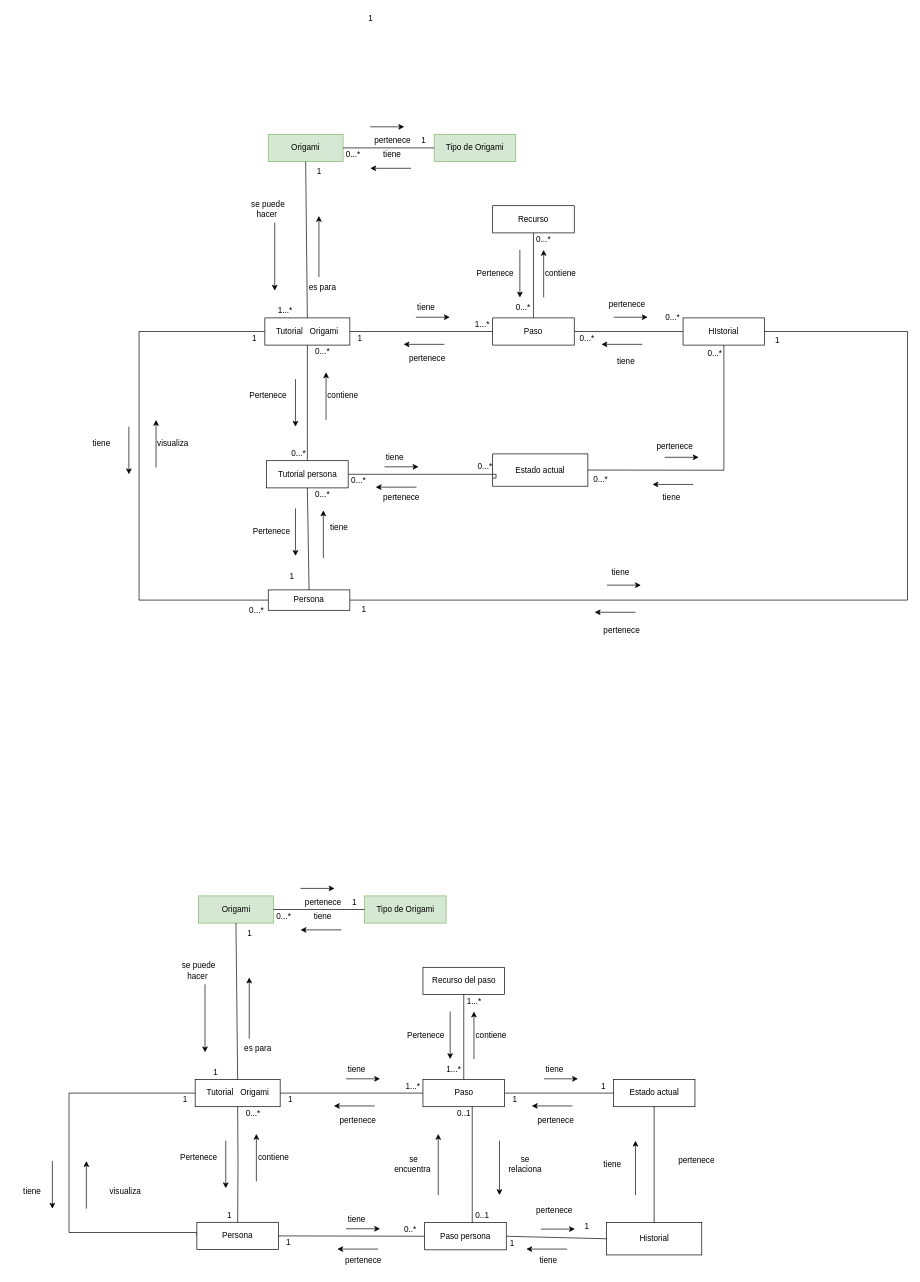
The draw.io diagram ModeloDeDominio3D.drawio in andrescastillo1996/documentacionMundoOrigami, before the edit. Source tidied: cells renumbered, new cells numbered last; positions are measured from the earlier drawing's top-left corner, leaving out a move shared by most shapes. Both pictures are drawn from the tidied source at 68%, with x=0, y=0 at pixel (11, 12).
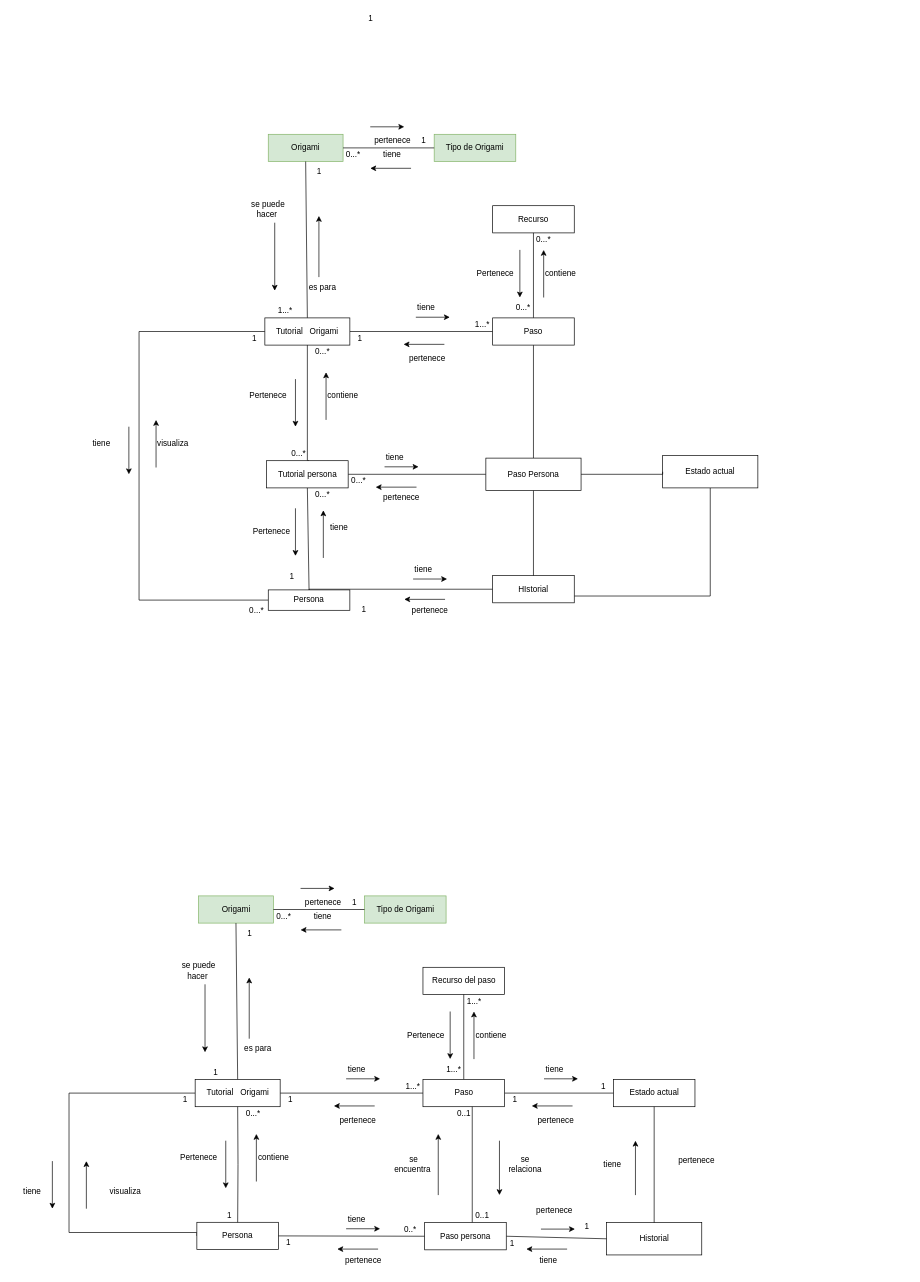
The same page after the edit.

The change refers to these unchanged cells:
```xml
<mxCell id="7" value="Persona" style="rounded=0;whiteSpace=wrap;html=1;" parent="1" vertex="1">
  <mxGeometry x="378" y="850" width="120" height="30" as="geometry" />
</mxCell>
<mxCell id="32" value="Paso" style="rounded=0;whiteSpace=wrap;html=1;" parent="1" vertex="1">
  <mxGeometry x="708" y="450" width="120" height="40" as="geometry" />
</mxCell>
<mxCell id="34" value="Tutorial persona" style="rounded=0;whiteSpace=wrap;html=1;" parent="1" vertex="1">
  <mxGeometry x="375.5" y="660" width="120" height="40" as="geometry" />
</mxCell>
<mxCell id="65" value="0...*" style="text;html=1;strokeColor=none;fillColor=none;align=center;verticalAlign=middle;whiteSpace=wrap;rounded=0;" parent="1" vertex="1">
  <mxGeometry x="408" y="640" width="30" height="20" as="geometry" />
</mxCell>
<mxCell id="71" value="0...*" style="text;html=1;strokeColor=none;fillColor=none;align=center;verticalAlign=middle;whiteSpace=wrap;rounded=0;" parent="1" vertex="1">
  <mxGeometry x="495.5" y="680" width="30" height="20" as="geometry" />
</mxCell>
```

What changed in the source:
```diff
@@
+    <mxCell id="157" style="edgeStyle=orthogonalEdgeStyle;rounded=0;jettySize=auto;html=1;entryX=1;entryY=0.75;entryDx=0;entryDy=0;endArrow=none;endFill=0;" parent="1" edge="1" source="4" target="28">
+      <mxGeometry relative="1" as="geometry">
+        <Array as="points">
+          <mxPoint x="1028" y="859" />
+        </Array>
+      </mxGeometry>
+    </mxCell>
     <mxCell id="4" value="Estado actual" style="rounded=0;whiteSpace=wrap;html=1;" parent="1" vertex="1">
-      <mxGeometry x="708" y="650" width="140" height="47.5" as="geometry" />
+      <mxGeometry x="958" y="652.5" width="140" height="47.5" as="geometry" />
     </mxCell>
@@
+    <mxCell id="164" style="edgeStyle=orthogonalEdgeStyle;rounded=0;jettySize=auto;html=1;entryX=0;entryY=0.5;entryDx=0;entryDy=0;endArrow=none;endFill=0;" parent="1" edge="1" source="7" target="28">
+      <mxGeometry relative="1" as="geometry">
+        <Array as="points">
+          <mxPoint x="438" y="849" />
+        </Array>
+      </mxGeometry>
+    </mxCell>
@@
     <mxCell id="28" value="HIstorial" style="rounded=0;whiteSpace=wrap;html=1;" parent="1" vertex="1">
-      <mxGeometry x="988" y="450" width="120" height="40" as="geometry" />
+      <mxGeometry x="708" y="829" width="120" height="40" as="geometry" />
     </mxCell>
@@
-    <mxCell id="30" style="edgeStyle=orthogonalEdgeStyle;rounded=0;jettySize=auto;html=1;entryX=0;entryY=0.5;entryDx=0;entryDy=0;endArrow=none;endFill=0;" parent="1" edge="1" source="32" target="28">
-      <mxGeometry relative="1" as="geometry" />
-    </mxCell>
@@
+    <mxCell id="171" style="edgeStyle=orthogonalEdgeStyle;rounded=0;jettySize=auto;html=1;endArrow=none;endFill=0;" parent="1" edge="1" source="32" target="176">
+      <mxGeometry relative="1" as="geometry" />
+    </mxCell>
@@
+    <mxCell id="172" style="edgeStyle=orthogonalEdgeStyle;rounded=0;jettySize=auto;html=1;exitX=0.5;exitY=0;exitDx=0;exitDy=0;entryX=1;entryY=1;entryDx=0;entryDy=0;endArrow=none;endFill=0;" parent="1" edge="1" source="34" target="65">
+      <mxGeometry relative="1" as="geometry" />
+    </mxCell>
+    <mxCell id="173" style="edgeStyle=orthogonalEdgeStyle;rounded=0;jettySize=auto;html=1;endArrow=none;endFill=0;" parent="1" edge="1" source="34" target="176">
+      <mxGeometry relative="1" as="geometry" />
+    </mxCell>
@@
-    <mxCell id="53" style="endArrow=classic;html=1;rounded=0;" parent="1" edge="1">
-      <mxGeometry relative="1" as="geometry">
-        <mxPoint x="886" y="449" as="sourcePoint" />
-        <mxPoint x="936" y="449" as="targetPoint" />
-      </mxGeometry>
-    </mxCell>
-    <mxCell id="54" style="endArrow=classic;html=1;rounded=0;" parent="1" edge="1">
-      <mxGeometry relative="1" as="geometry">
-        <mxPoint x="928" y="488.9" as="sourcePoint" />
-        <mxPoint x="868" y="488.9" as="targetPoint" />
-      </mxGeometry>
-    </mxCell>
-    <mxCell id="55" value="tiene&amp;nbsp;" style="text;html=1;strokeColor=none;fillColor=none;align=center;verticalAlign=middle;whiteSpace=wrap;rounded=0;" parent="1" vertex="1">
-      <mxGeometry x="875.5" y="500" width="60" height="30" as="geometry" />
-    </mxCell>
-    <mxCell id="56" value="pertenece" style="text;html=1;strokeColor=none;fillColor=none;align=center;verticalAlign=middle;whiteSpace=wrap;rounded=0;" parent="1" vertex="1">
-      <mxGeometry x="875.5" y="420" width="60" height="20" as="geometry" />
-    </mxCell>
@@
-    <mxCell id="70" style="edgeStyle=orthogonalEdgeStyle;rounded=0;jettySize=auto;html=1;exitX=0;exitY=0;exitDx=0;exitDy=0;entryX=0;entryY=0.75;entryDx=0;entryDy=0;endArrow=none;endFill=0;" parent="1" edge="1" source="71" target="4">
-      <mxGeometry relative="1" as="geometry">
-        <Array as="points">
-          <mxPoint x="713" y="680" />
-        </Array>
-      </mxGeometry>
-    </mxCell>
@@
-    <mxCell id="72" value="0...*" style="text;html=1;strokeColor=none;fillColor=none;align=center;verticalAlign=middle;whiteSpace=wrap;rounded=0;" parent="1" vertex="1">
-      <mxGeometry x="682" y="660" width="30" height="16.2" as="geometry" />
-    </mxCell>
@@
-    <mxCell id="155" value="0...*" style="text;html=1;strokeColor=none;fillColor=none;align=center;verticalAlign=middle;whiteSpace=wrap;rounded=0;" parent="1" vertex="1">
-      <mxGeometry x="958" y="440" width="30" height="20" as="geometry" />
-    </mxCell>
-    <mxCell id="156" value="0...*" style="text;html=1;strokeColor=none;fillColor=none;align=center;verticalAlign=middle;whiteSpace=wrap;rounded=0;" parent="1" vertex="1">
-      <mxGeometry x="831.5" y="470" width="30" height="20" as="geometry" />
-    </mxCell>
-    <mxCell id="157" style="endArrow=none;html=1;rounded=0;exitX=1;exitY=0.5;exitDx=0;exitDy=0;entryX=0.5;entryY=1;entryDx=0;entryDy=0;" parent="1" edge="1" source="4" target="28">
-      <mxGeometry relative="1" as="geometry">
-        <Array as="points">
-          <mxPoint x="1048" y="674" />
-        </Array>
-      </mxGeometry>
-    </mxCell>
-    <mxCell id="158" style="endArrow=classic;html=1;rounded=0;" parent="1" edge="1">
-      <mxGeometry relative="1" as="geometry">
-        <mxPoint x="961" y="655" as="sourcePoint" />
-        <mxPoint x="1011" y="655" as="targetPoint" />
-      </mxGeometry>
-    </mxCell>
-    <mxCell id="159" style="endArrow=classic;html=1;rounded=0;" parent="1" edge="1">
-      <mxGeometry relative="1" as="geometry">
-        <mxPoint x="1003" y="694.9" as="sourcePoint" />
-        <mxPoint x="943" y="694.9" as="targetPoint" />
-      </mxGeometry>
-    </mxCell>
-    <mxCell id="160" value="tiene&amp;nbsp;" style="text;html=1;strokeColor=none;fillColor=none;align=center;verticalAlign=middle;whiteSpace=wrap;rounded=0;" parent="1" vertex="1">
-      <mxGeometry x="943" y="700" width="60" height="30" as="geometry" />
-    </mxCell>
-    <mxCell id="161" value="pertenece" style="text;html=1;strokeColor=none;fillColor=none;align=center;verticalAlign=middle;whiteSpace=wrap;rounded=0;" parent="1" vertex="1">
-      <mxGeometry x="945.5" y="630" width="60" height="20" as="geometry" />
-    </mxCell>
-    <mxCell id="162" value="0...*" style="text;html=1;strokeColor=none;fillColor=none;align=center;verticalAlign=middle;whiteSpace=wrap;rounded=0;" parent="1" vertex="1">
-      <mxGeometry x="852" y="680" width="30" height="16.2" as="geometry" />
-    </mxCell>
-    <mxCell id="163" value="0...*" style="text;html=1;strokeColor=none;fillColor=none;align=center;verticalAlign=middle;whiteSpace=wrap;rounded=0;" parent="1" vertex="1">
-      <mxGeometry x="1020" y="495" width="30" height="16.2" as="geometry" />
-    </mxCell>
-    <mxCell id="164" style="endArrow=none;html=1;rounded=0;entryX=1;entryY=0.5;entryDx=0;entryDy=0;exitX=1;exitY=0.5;exitDx=0;exitDy=0;" parent="1" edge="1" source="7" target="28">
-      <mxGeometry relative="1" as="geometry">
-        <Array as="points">
-          <mxPoint x="1318" y="865" />
-          <mxPoint x="1318" y="470" />
-        </Array>
-      </mxGeometry>
-    </mxCell>
-    <mxCell id="165" style="endArrow=classic;html=1;rounded=0;" parent="1" edge="1">
-      <mxGeometry relative="1" as="geometry">
-        <mxPoint x="876" y="843" as="sourcePoint" />
-        <mxPoint x="926" y="843" as="targetPoint" />
-      </mxGeometry>
-    </mxCell>
-    <mxCell id="166" style="endArrow=classic;html=1;rounded=0;" parent="1" edge="1">
-      <mxGeometry relative="1" as="geometry">
-        <mxPoint x="918" y="882.9" as="sourcePoint" />
-        <mxPoint x="858" y="882.9" as="targetPoint" />
-      </mxGeometry>
-    </mxCell>
-    <mxCell id="167" value="tiene&amp;nbsp;" style="text;html=1;strokeColor=none;fillColor=none;align=center;verticalAlign=middle;whiteSpace=wrap;rounded=0;" parent="1" vertex="1">
-      <mxGeometry x="868" y="810" width="60" height="30" as="geometry" />
-    </mxCell>
-    <mxCell id="168" value="pertenece" style="text;html=1;strokeColor=none;fillColor=none;align=center;verticalAlign=middle;whiteSpace=wrap;rounded=0;" parent="1" vertex="1">
-      <mxGeometry x="868" y="900" width="60" height="20" as="geometry" />
-    </mxCell>
@@
-    <mxCell id="170" value="1" style="text;html=1;strokeColor=none;fillColor=none;align=center;verticalAlign=middle;whiteSpace=wrap;rounded=0;" parent="1" vertex="1">
-      <mxGeometry x="1112" y="473" width="30" height="20" as="geometry" />
-    </mxCell>
+    <mxCell id="174" style="edgeStyle=orthogonalEdgeStyle;rounded=0;jettySize=auto;html=1;entryX=0.5;entryY=0;entryDx=0;entryDy=0;endArrow=none;endFill=0;" parent="1" edge="1" source="176" target="28">
+      <mxGeometry relative="1" as="geometry" />
+    </mxCell>
+    <mxCell id="175" style="edgeStyle=orthogonalEdgeStyle;rounded=0;jettySize=auto;html=1;entryX=0;entryY=0.5;entryDx=0;entryDy=0;endArrow=none;endFill=0;" parent="1" edge="1" source="176" target="4">
+      <mxGeometry relative="1" as="geometry">
+        <Array as="points">
+          <mxPoint x="958" y="680" />
+        </Array>
+      </mxGeometry>
+    </mxCell>
+    <mxCell id="176" value="Paso Persona" style="rounded=0;whiteSpace=wrap;html=1;" parent="1" vertex="1">
+      <mxGeometry x="698" y="656.2" width="140" height="47.5" as="geometry" />
+    </mxCell>
+    <mxCell id="177" style="endArrow=classic;html=1;rounded=0;" parent="1" edge="1">
+      <mxGeometry relative="1" as="geometry">
+        <mxPoint x="591" y="834" as="sourcePoint" />
+        <mxPoint x="641" y="834" as="targetPoint" />
+      </mxGeometry>
+    </mxCell>
+    <mxCell id="178" style="endArrow=classic;html=1;rounded=0;" parent="1" edge="1">
+      <mxGeometry relative="1" as="geometry">
+        <mxPoint x="638" y="863.9" as="sourcePoint" />
+        <mxPoint x="578" y="863.9" as="targetPoint" />
+      </mxGeometry>
+    </mxCell>
+    <mxCell id="179" value="tiene&amp;nbsp;" style="text;html=1;strokeColor=none;fillColor=none;align=center;verticalAlign=middle;whiteSpace=wrap;rounded=0;" parent="1" vertex="1">
+      <mxGeometry x="578" y="805" width="60" height="30" as="geometry" />
+    </mxCell>
+    <mxCell id="180" value="pertenece" style="text;html=1;strokeColor=none;fillColor=none;align=center;verticalAlign=middle;whiteSpace=wrap;rounded=0;" parent="1" vertex="1">
+      <mxGeometry x="586" y="870" width="60" height="20" as="geometry" />
+    </mxCell>
```
